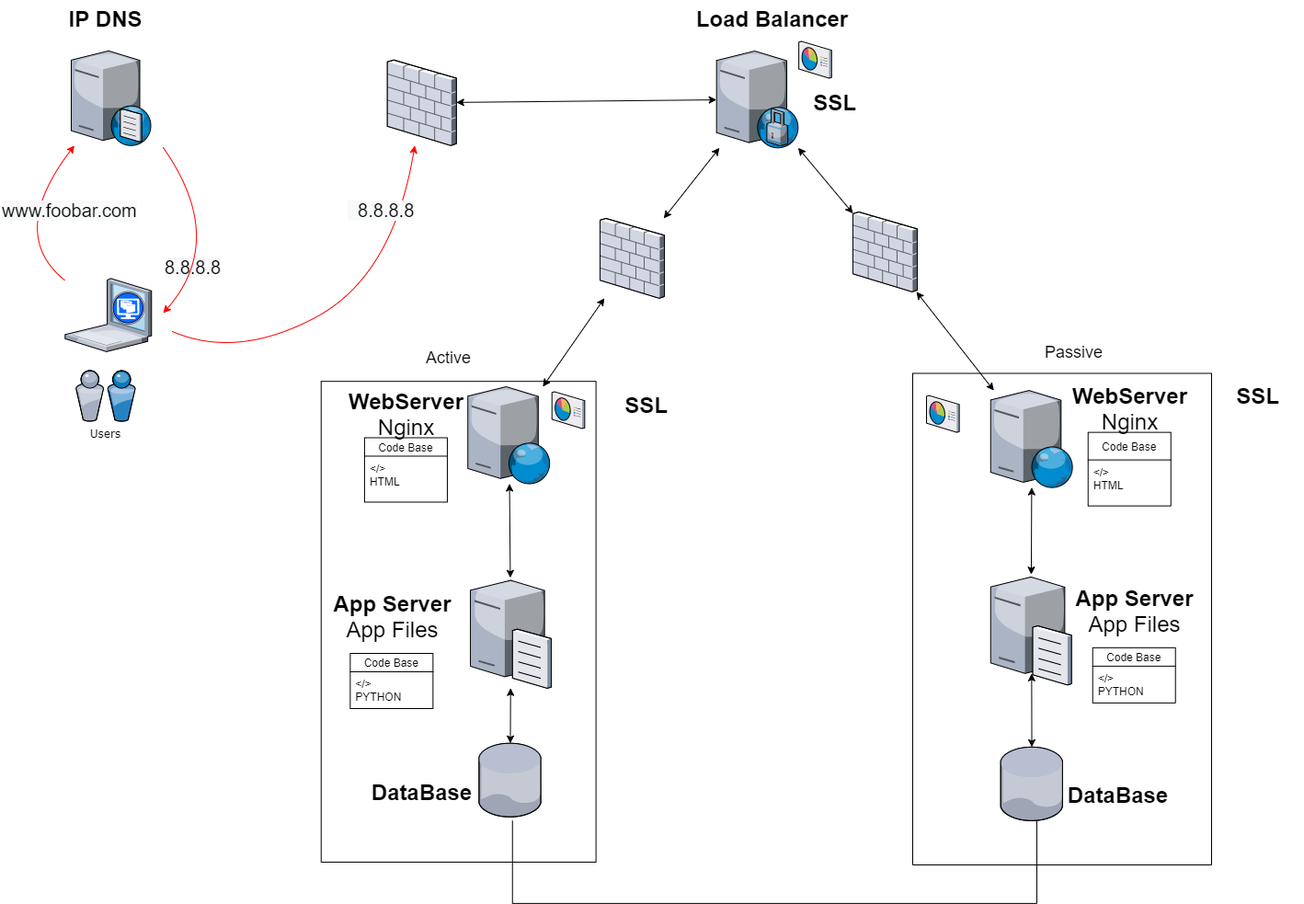
This is 0x09-web_infrastructure_design/2-secured_and_monitored_web_infrastructure.png from Leidysalda/holberton-system_engineering-devops, a draw.io export, as it was before one commit. Source tidied: cells renumbered, new cells last; positions are measured from the earlier drawing's top-left corner, leaving out a move shared by most shapes.
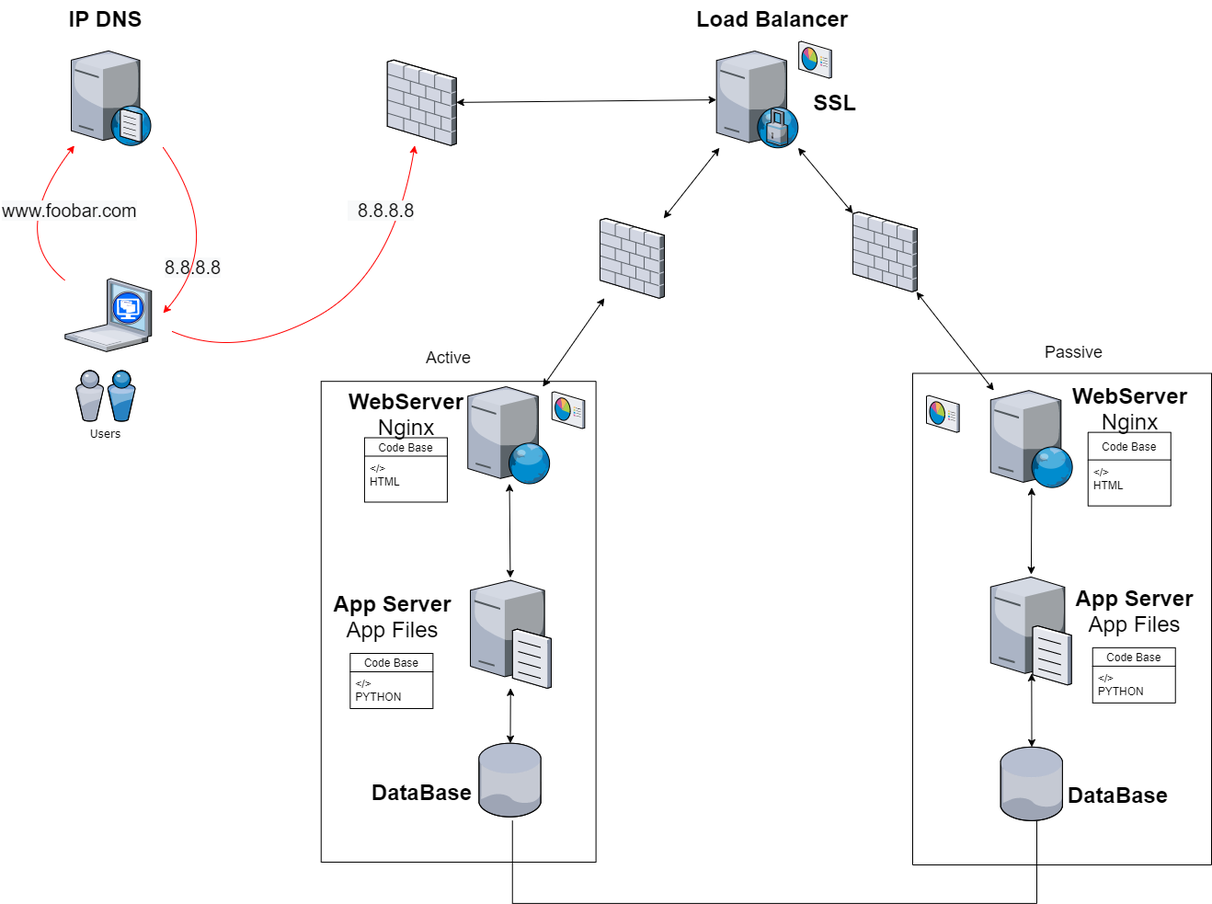
The same file after the commit.

The edit, as a diff of the source:
```diff
@@ -142,12 +142,6 @@
     <mxCell id="47" style="verticalLabelPosition=bottom;html=1;verticalAlign=top;strokeColor=none;align=center;shape=mxgraph.citrix.reporting;" parent="1" vertex="1">
       <mxGeometry x="868.1" y="44.5" width="35.6" height="40" as="geometry" />
     </mxCell>
-    <mxCell id="48" value="SSL" style="text;strokeColor=none;fillColor=none;html=1;fontSize=24;fontStyle=1;verticalAlign=middle;align=center;rounded=0;sketch=0;" parent="1" vertex="1">
-      <mxGeometry x="652" y="420" width="100" height="40" as="geometry" />
-    </mxCell>
-    <mxCell id="49" value="SSL" style="text;strokeColor=none;fillColor=none;html=1;fontSize=24;fontStyle=1;verticalAlign=middle;align=center;rounded=0;sketch=0;" parent="1" vertex="1">
-      <mxGeometry x="1317" y="410" width="100" height="40" as="geometry" />
-    </mxCell>
     <mxCell id="50" value="SSL" style="text;strokeColor=none;fillColor=none;html=1;fontSize=24;fontStyle=1;verticalAlign=middle;align=center;rounded=0;sketch=0;" parent="1" vertex="1">
       <mxGeometry x="857" y="91.2" width="100" height="40" as="geometry" />
     </mxCell>
```
